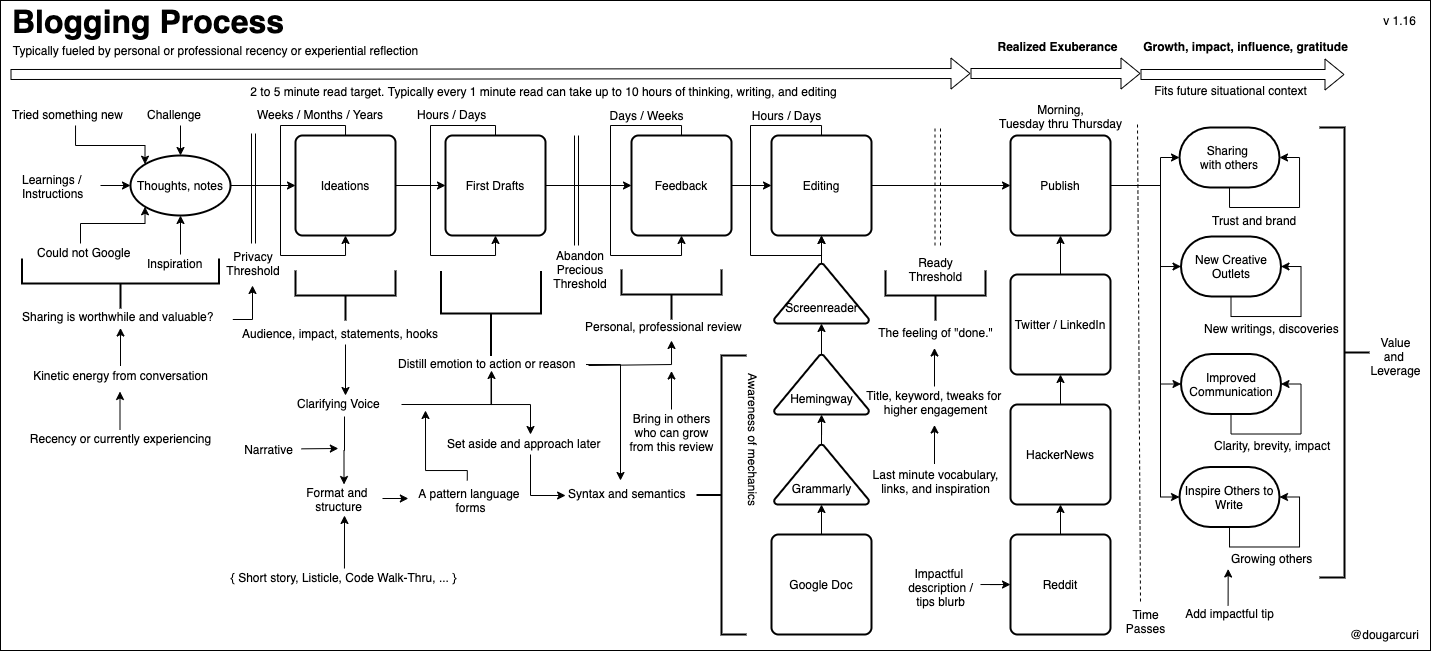
Above: mentoring/diagrams/blogging-process.png in solidi/learning-notes (draw.io), before the change. Source tidied: cells renumbered, new cells last; positions are measured from the earlier drawing's top-left corner, leaving out a move shared by most shapes.
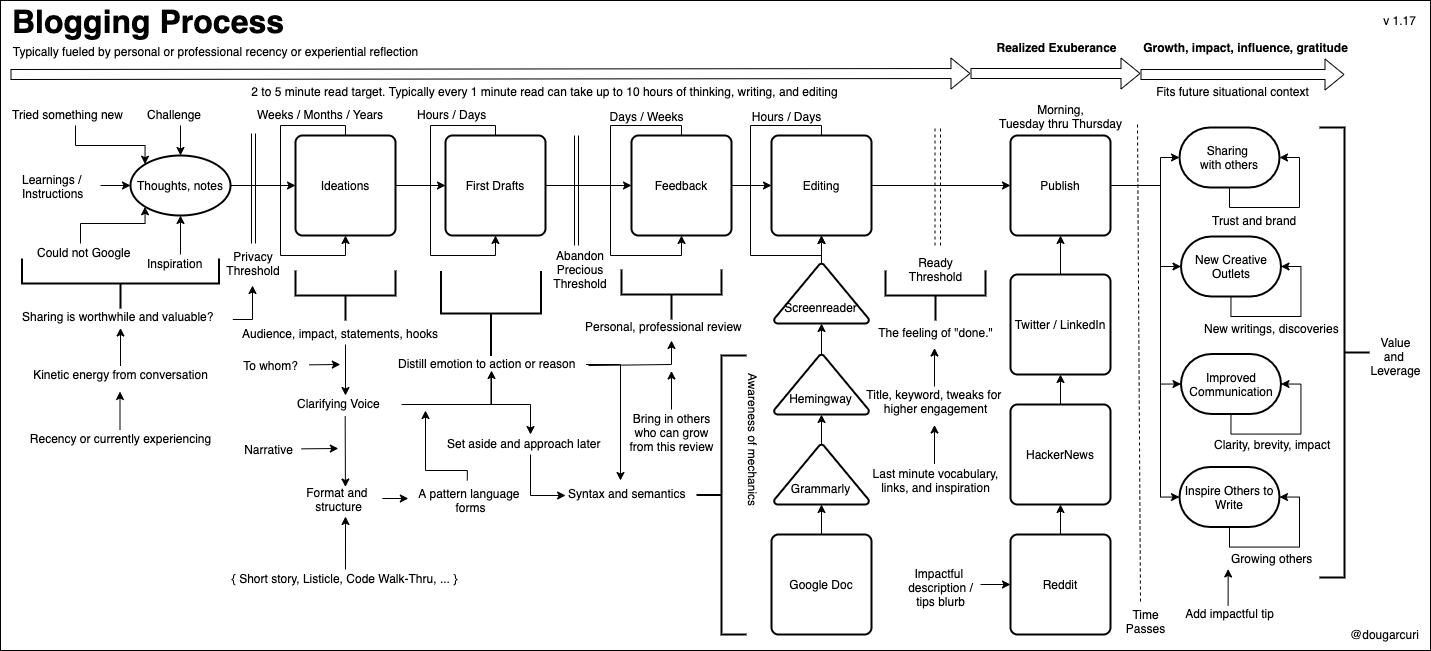
After the commit.

Commit message:
Update blog process to 1.17, include "To whom?" in initial writing

What changed in the source:
```diff
@@ -455,11 +455,6 @@
     <mxCell id="112" value="Format and &lt;br&gt;structure" style="text;html=1;align=center;verticalAlign=middle;points=[];" parent="1" vertex="1">
       <mxGeometry x="298" y="484" width="80" height="30" as="geometry" />
     </mxCell>
-    <mxCell id="113" style="edgeStyle=orthogonalEdgeStyle;rounded=0;jettySize=auto;html=1;entryX=0.569;entryY=0;entryDx=0;entryDy=0;entryPerimeter=0;" parent="1" edge="1" target="112">
-      <mxGeometry relative="1" as="geometry">
-        <mxPoint x="344" y="416" as="sourcePoint" />
-      </mxGeometry>
-    </mxCell>
     <mxCell id="114" style="endArrow=classic;html=1;exitX=1.05;exitY=0.467;exitDx=0;exitDy=0;exitPerimeter=0;entryX=-0.018;entryY=0.433;entryDx=0;entryDy=0;entryPerimeter=0;" parent="1" edge="1" source="112" target="111">
       <mxGeometry relative="1" as="geometry" />
     </mxCell>
@@ -472,11 +467,13 @@
         </Array>
       </mxGeometry>
     </mxCell>
-    <mxCell id="116" style="edgeStyle=orthogonalEdgeStyle;rounded=0;jettySize=auto;html=1;exitX=0.504;exitY=0.075;exitDx=0;exitDy=0;entryX=0.575;entryY=1.033;entryDx=0;entryDy=0;entryPerimeter=0;exitPerimeter=0;" parent="1" edge="1" source="117" target="112">
-      <mxGeometry relative="1" as="geometry" />
+    <mxCell id="116" style="edgeStyle=orthogonalEdgeStyle;rounded=0;jettySize=auto;html=1;exitX=0.504;exitY=0.075;exitDx=0;exitDy=0;entryX=0.575;entryY=1.033;entryDx=0;entryDy=0;entryPerimeter=0;exitPerimeter=0;" parent="1" edge="1" source="117">
+      <mxGeometry relative="1" as="geometry">
+        <mxPoint x="345" y="516" as="targetPoint" />
+      </mxGeometry>
     </mxCell>
     <mxCell id="117" value="{ Short story, Listicle, Code Walk-Thru, ... }" style="text;html=1;align=center;verticalAlign=middle;points=[];" parent="1" vertex="1">
-      <mxGeometry x="223" y="566.5" width="240" height="20" as="geometry" />
+      <mxGeometry x="224" y="567.5" width="240" height="20" as="geometry" />
     </mxCell>
     <mxCell id="118" value="Narrative" style="text;html=1;align=center;verticalAlign=middle;points=[];" parent="1" vertex="1">
       <mxGeometry x="238" y="439" width="60" height="20" as="geometry" />
@@ -495,7 +492,7 @@
         <mxPoint x="120" y="327.5" as="targetPoint" />
       </mxGeometry>
     </mxCell>
-    <mxCell id="122" value="v 1.16" style="text;html=1;align=center;verticalAlign=middle;" parent="1" vertex="1">
+    <mxCell id="122" value="v 1.17" style="text;html=1;align=center;verticalAlign=middle;" parent="1" vertex="1">
       <mxGeometry x="1374" y="10" width="50" height="20" as="geometry" />
     </mxCell>
     <mxCell id="123" value="Morning,&lt;br&gt;Tuesday thru Thursday" style="text;html=1;align=center;verticalAlign=top;spacingTop=-4;" parent="1" vertex="1">
@@ -524,5 +521,23 @@
     <mxCell id="129" value="Impactful &lt;br&gt;description /&lt;br&gt;tips blurb" style="text;html=1;points=[];align=center;verticalAlign=top;spacingTop=-4;" parent="1" vertex="1">
       <mxGeometry x="900" y="564" width="80" height="40" as="geometry" />
     </mxCell>
+    <mxCell id="130" value="To whom?" style="text;html=1;align=center;verticalAlign=middle;points=[];" parent="1" vertex="1">
+      <mxGeometry x="235" y="355" width="70" height="20" as="geometry" />
+    </mxCell>
+    <mxCell id="131" style="endArrow=classic;html=1;exitX=1.05;exitY=0.467;exitDx=0;exitDy=0;exitPerimeter=0;entryX=-0.018;entryY=0.433;entryDx=0;entryDy=0;entryPerimeter=0;" parent="1" edge="1" source="130">
+      <mxGeometry relative="1" as="geometry">
+        <mxPoint x="339.8" y="364" as="targetPoint" />
+      </mxGeometry>
+    </mxCell>
+    <mxCell id="132" style="edgeStyle=orthogonalEdgeStyle;rounded=0;orthogonalLoop=1;jettySize=auto;html=1;" parent="1" edge="1">
+      <mxGeometry relative="1" as="geometry">
+        <mxPoint x="344.7" y="415.5" as="sourcePoint" />
+        <mxPoint x="344.9" y="486.5" as="targetPoint" />
+        <Array as="points">
+          <mxPoint x="344.7" y="425.5" />
+          <mxPoint x="344.7" y="425.5" />
+        </Array>
+      </mxGeometry>
+    </mxCell>
   </root>
 </mxGraphModel>
```
